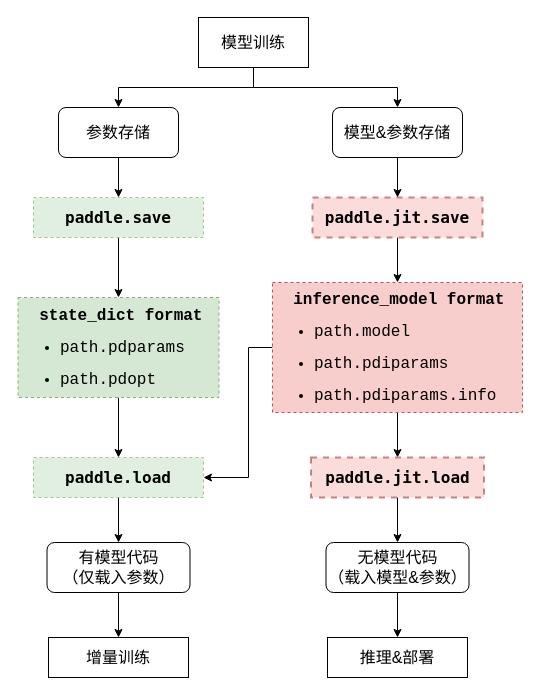
Above: page "Page-11" (11 of 11) of save-load.drawio in chenwhql/diagrams (draw.io), before the change. Source tidied: cells renumbered, new cells numbered last; positions are measured from the earlier drawing's top-left corner, leaving out a move shared by most shapes. Both pictures are drawn from the tidied source at 100%, with x=0, y=0 at pixel (18, 17).
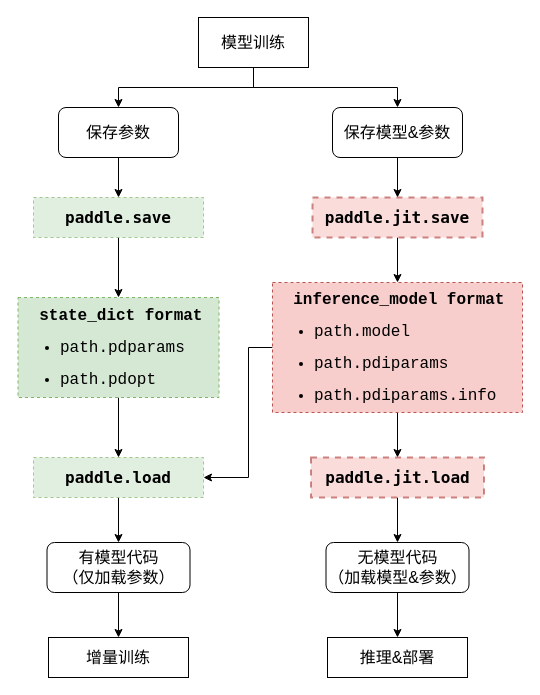
The same page after the edit.

The edit, as a diff of the source:
```diff
@@
-    <mxCell id="9" value="参数存储" style="rounded=1;whiteSpace=wrap;html=1;fontSize=16;" parent="1" vertex="1">
+    <mxCell id="9" value="保存参数" style="rounded=1;whiteSpace=wrap;html=1;fontSize=16;" parent="1" vertex="1">
       <mxGeometry x="40" y="90" width="120" height="50" as="geometry" />
     </mxCell>
@@
-    <mxCell id="11" value="模型&amp;amp;参数存储&lt;br style=&quot;font-size: 16px&quot;&gt;" style="rounded=1;whiteSpace=wrap;html=1;fontSize=16;" parent="1" vertex="1">
+    <mxCell id="11" value="保存模型&amp;amp;参数" style="rounded=1;whiteSpace=wrap;html=1;fontSize=16;" parent="1" vertex="1">
       <mxGeometry x="314" y="90" width="130" height="50" as="geometry" />
     </mxCell>
@@
-    <mxCell id="22" value="有模型代码&lt;br style=&quot;font-size: 16px;&quot;&gt;（仅载入参数）" style="rounded=1;whiteSpace=wrap;html=1;fontSize=16;" parent="1" vertex="1">
+    <mxCell id="22" value="有模型代码&lt;br style=&quot;font-size: 16px&quot;&gt;（仅加载参数）" style="rounded=1;whiteSpace=wrap;html=1;fontSize=16;" parent="1" vertex="1">
       <mxGeometry x="28.5" y="525" width="143" height="50" as="geometry" />
     </mxCell>
@@
-    <mxCell id="24" value="无模型代码&lt;br style=&quot;font-size: 16px;&quot;&gt;（载入模型&amp;amp;参数）" style="rounded=1;whiteSpace=wrap;html=1;fontSize=16;" parent="1" vertex="1">
+    <mxCell id="24" value="无模型代码&lt;br style=&quot;font-size: 16px&quot;&gt;（加载模型&amp;amp;参数）" style="rounded=1;whiteSpace=wrap;html=1;fontSize=16;" parent="1" vertex="1">
       <mxGeometry x="307.5" y="525" width="143" height="50" as="geometry" />
     </mxCell>
```
